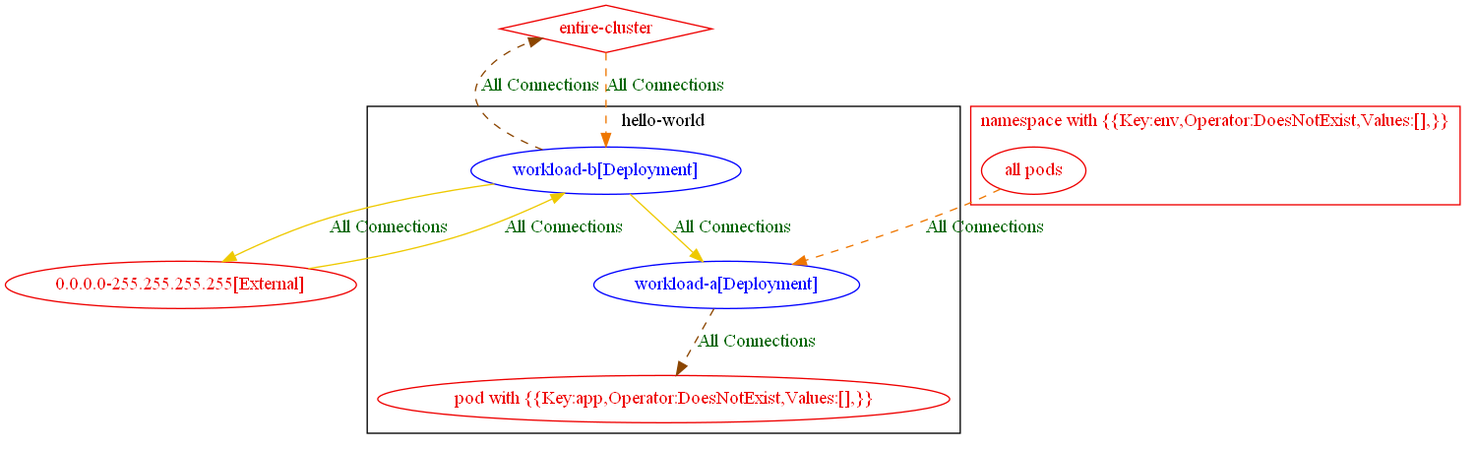
Above: test_outputs/connlist/exposure_test_with_match_expression_does_not_exist_op_exposure_output.dot.png in np-guard/netpol-analyzer (Graphviz), before the change. Its source is kept beside it as test_outputs/connlist/exposure_test_with_match_expression_does_not_exist_op_exposure_output.dot.
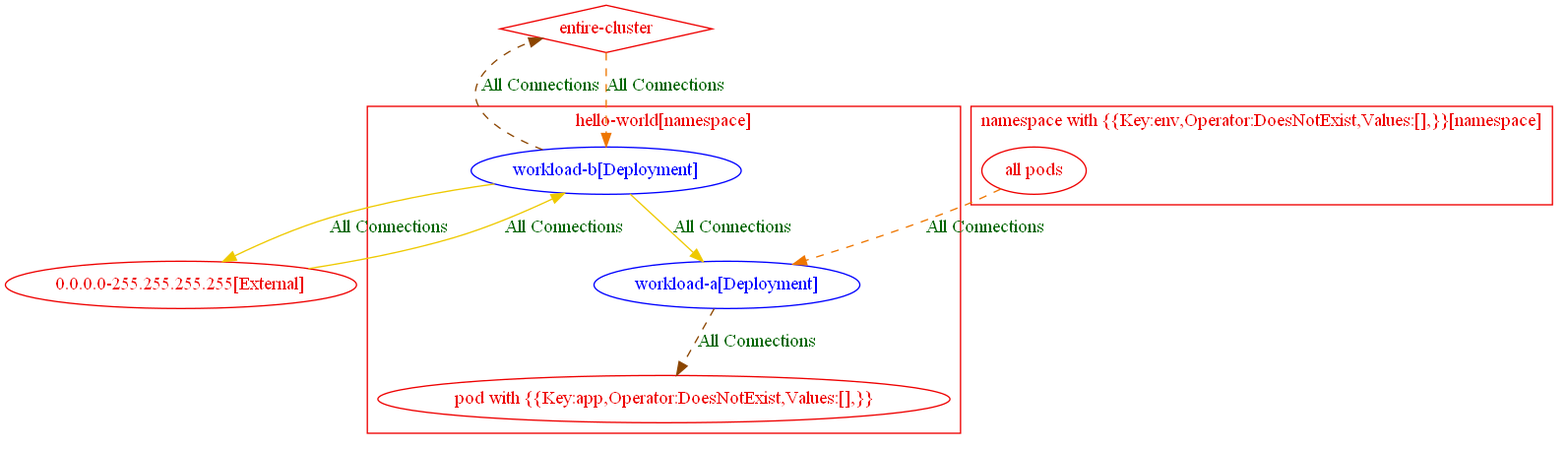
The same diagram one commit later.

Change to the diagram source:
```diff
@@ -1,17 +1,22 @@
 digraph {
-	subgraph "cluster_hello_world" {
+	subgraph "cluster_hello_world[namespace]" {
 		color="black"
 		fontcolor="black"
 		"hello-world/workload-a[Deployment]" [label="workload-a[Deployment]" color="blue" fontcolor="blue"]
 		"hello-world/workload-b[Deployment]" [label="workload-b[Deployment]" color="blue" fontcolor="blue"]
+		label="hello-world[namespace]"
+	}
+	subgraph "cluster_hello_world[namespace]" {
+		color="red2"
+		fontcolor="red2"
 		"pod with {{Key:app,Operator:DoesNotExist,Values:[],}}_in_hello-world" [label="pod with {{Key:app,Operator:DoesNotExist,Values:[],}}" color="red2" fontcolor="red2"]
-		label="hello-world"
+		label="hello-world[namespace]"
 	}
-	subgraph "cluster_namespace with {{Key:env,Operator:DoesNotExist,Values:[],}}" {
+	subgraph "cluster_namespace with {{Key:env,Operator:DoesNotExist,Values:[],}}[namespace]" {
 		color="red2"
 		fontcolor="red2"
 		"all pods_in_namespace with {{Key:env,Operator:DoesNotExist,Values:[],}}" [label="all pods" color="red2" fontcolor="red2"]
-		label="namespace with {{Key:env,Operator:DoesNotExist,Values:[],}}"
+		label="namespace with {{Key:env,Operator:DoesNotExist,Values:[],}}[namespace]"
 	}
 	"0.0.0.0-255.255.255.255[External]" [label="0.0.0.0-255.255.255.255[External]" color="red2" fontcolor="red2"]
 	"entire-cluster" [label="entire-cluster" color="red2" fontcolor="red2" shape=diamond]
```
